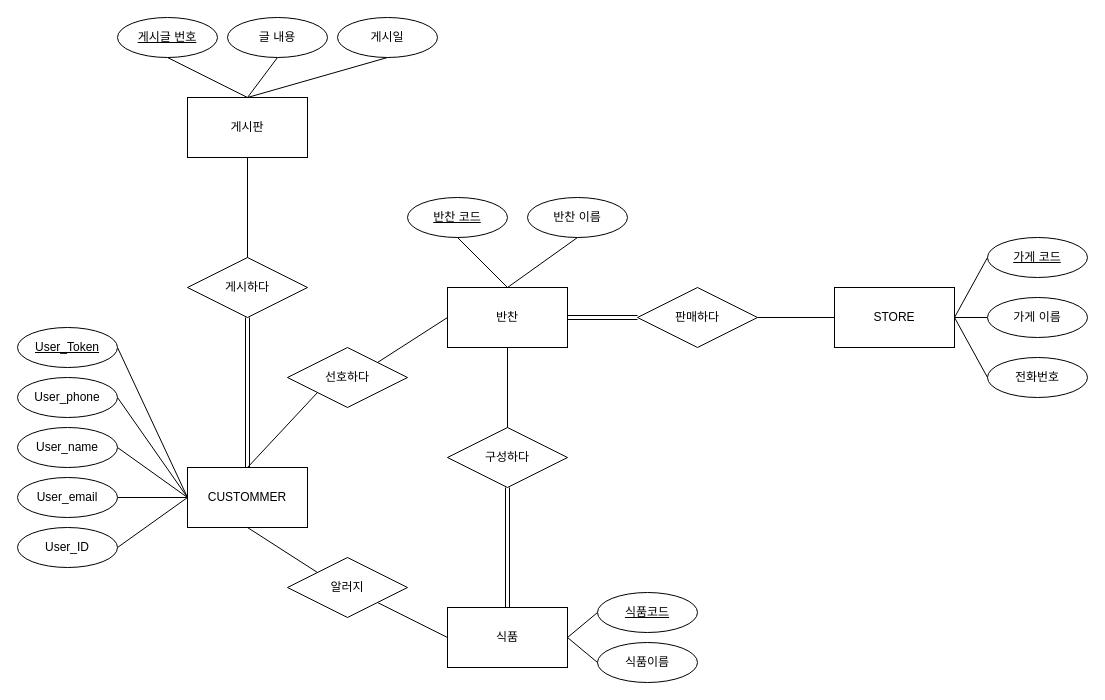
wlight96/oldmanandpotatos keeps this draw.io diagram as ERmodel/potatosandoldmanERmodel.drawio. Above is the earlier version. Source tidied: cells renumbered, new cells numbered last; positions are measured from the earlier drawing's top-left corner, leaving out a move shared by most shapes. Both pictures are drawn from the tidied source at 100%, with x=0, y=0 at pixel (17, 17).
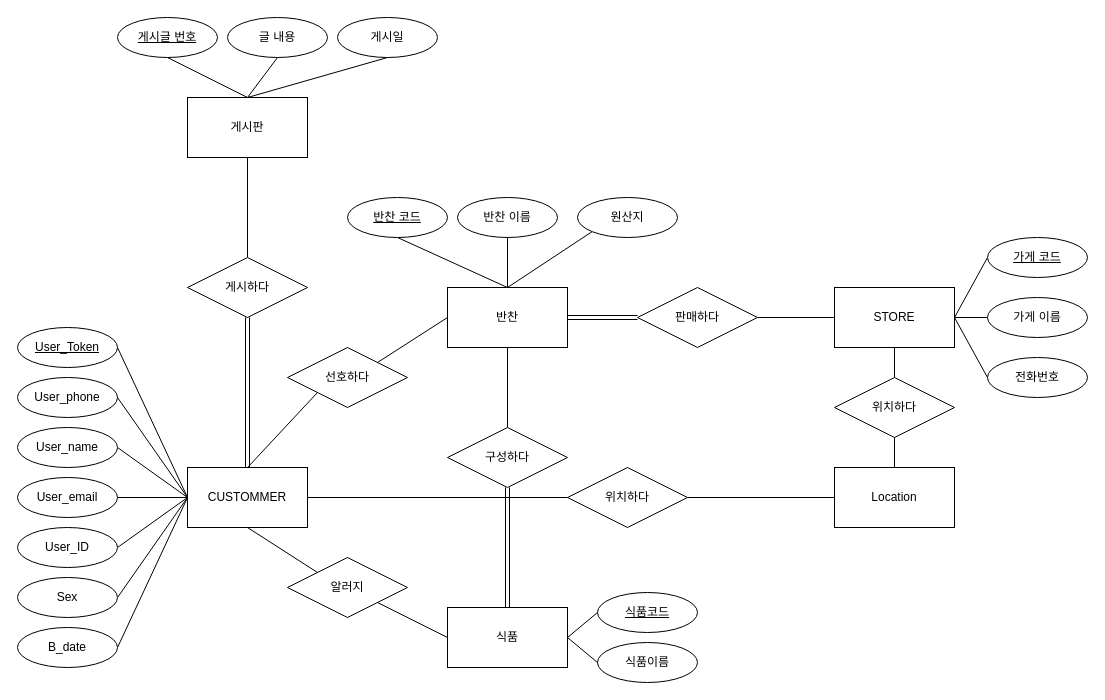
The same page after the edit.

Unchanged cells that the change refers to:
```xml
<mxCell id="5" value="CUSTOMMER" style="rounded=0;whiteSpace=wrap;html=1;" parent="1" vertex="1">
  <mxGeometry x="170" y="450" width="120" height="60" as="geometry" />
</mxCell>
<mxCell id="10" value="STORE" style="rounded=0;whiteSpace=wrap;html=1;" parent="1" vertex="1">
  <mxGeometry x="817" y="270" width="120" height="60" as="geometry" />
</mxCell>
<mxCell id="25" value="반찬" style="rounded=0;whiteSpace=wrap;html=1;" parent="1" vertex="1">
  <mxGeometry x="430" y="270" width="120" height="60" as="geometry" />
</mxCell>
```

What changed in the source:
```diff
@@
+    <mxCell id="52" style="edgeStyle=none;rounded=0;jettySize=auto;html=1;exitX=1;exitY=0.5;exitDx=0;exitDy=0;endArrow=none;endFill=0;" parent="1" edge="1" source="5" target="61">
+      <mxGeometry relative="1" as="geometry" />
+    </mxCell>
@@
+    <mxCell id="53" style="edgeStyle=none;rounded=0;jettySize=auto;html=1;exitX=0.5;exitY=1;exitDx=0;exitDy=0;entryX=0.5;entryY=0;entryDx=0;entryDy=0;endArrow=none;endFill=0;" parent="1" edge="1" source="10" target="63">
+      <mxGeometry relative="1" as="geometry" />
+    </mxCell>
@@
+    <mxCell id="54" style="edgeStyle=none;rounded=0;jettySize=auto;html=1;exitX=0.5;exitY=0;exitDx=0;exitDy=0;entryX=0;entryY=1;entryDx=0;entryDy=0;endArrow=none;endFill=0;" parent="1" edge="1" source="25" target="64">
+      <mxGeometry relative="1" as="geometry" />
+    </mxCell>
@@
     <mxCell id="41" value="반찬 코드" style="ellipse;whiteSpace=wrap;html=1;align=center;fontStyle=4;" parent="1" vertex="1">
-      <mxGeometry x="390" y="180" width="100" height="40" as="geometry" />
+      <mxGeometry x="330" y="180" width="100" height="40" as="geometry" />
     </mxCell>
     <mxCell id="42" value="반찬 이름" style="ellipse;whiteSpace=wrap;html=1;align=center;" parent="1" vertex="1">
-      <mxGeometry x="510" y="180" width="100" height="40" as="geometry" />
+      <mxGeometry x="440" y="180" width="100" height="40" as="geometry" />
     </mxCell>
@@
+    <mxCell id="55" style="rounded=0;jettySize=auto;html=1;exitX=1;exitY=0.5;exitDx=0;exitDy=0;entryX=0;entryY=0.5;entryDx=0;entryDy=0;endArrow=none;endFill=0;" parent="1" edge="1" source="56" target="5">
+      <mxGeometry relative="1" as="geometry" />
+    </mxCell>
+    <mxCell id="56" value="Sex" style="ellipse;whiteSpace=wrap;html=1;align=center;" parent="1" vertex="1">
+      <mxGeometry y="560" width="100" height="40" as="geometry" />
+    </mxCell>
+    <mxCell id="57" style="edgeStyle=none;rounded=0;jettySize=auto;html=1;exitX=1;exitY=0.5;exitDx=0;exitDy=0;entryX=0;entryY=0.5;entryDx=0;entryDy=0;endArrow=none;endFill=0;" parent="1" edge="1" source="58" target="5">
+      <mxGeometry relative="1" as="geometry" />
+    </mxCell>
+    <mxCell id="58" value="B_date" style="ellipse;whiteSpace=wrap;html=1;align=center;" parent="1" vertex="1">
+      <mxGeometry y="610" width="100" height="40" as="geometry" />
+    </mxCell>
+    <mxCell id="59" value="Location" style="rounded=0;whiteSpace=wrap;html=1;" parent="1" vertex="1">
+      <mxGeometry x="817" y="450" width="120" height="60" as="geometry" />
+    </mxCell>
+    <mxCell id="60" style="edgeStyle=none;rounded=0;jettySize=auto;html=1;exitX=1;exitY=0.5;exitDx=0;exitDy=0;entryX=0;entryY=0.5;entryDx=0;entryDy=0;endArrow=none;endFill=0;" parent="1" edge="1" source="61" target="59">
+      <mxGeometry relative="1" as="geometry" />
+    </mxCell>
+    <mxCell id="61" value="위치하다" style="shape=rhombus;perimeter=rhombusPerimeter;whiteSpace=wrap;html=1;align=center;" parent="1" vertex="1">
+      <mxGeometry x="550" y="450" width="120" height="60" as="geometry" />
+    </mxCell>
+    <mxCell id="62" style="edgeStyle=none;rounded=0;jettySize=auto;html=1;exitX=0.5;exitY=1;exitDx=0;exitDy=0;entryX=0.5;entryY=0;entryDx=0;entryDy=0;endArrow=none;endFill=0;" parent="1" edge="1" source="63" target="59">
+      <mxGeometry relative="1" as="geometry" />
+    </mxCell>
+    <mxCell id="63" value="위치하다" style="shape=rhombus;perimeter=rhombusPerimeter;whiteSpace=wrap;html=1;align=center;" parent="1" vertex="1">
+      <mxGeometry x="817" y="360" width="120" height="60" as="geometry" />
+    </mxCell>
+    <mxCell id="64" value="원산지" style="ellipse;whiteSpace=wrap;html=1;align=center;" parent="1" vertex="1">
+      <mxGeometry x="560" y="180" width="100" height="40" as="geometry" />
+    </mxCell>
```
